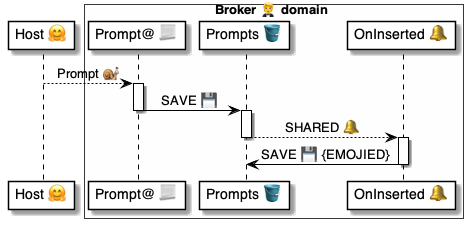
pollyweb-org/pollyweb-docs keeps this PlantUML diagram as 4 ⚙️ Solution/20 🧑‍🦰 UI/Brokers 🤵/🤵🪣 Broker tables/Prompts 🤔 table/🪣🔔 1 Inserted/🤵 OnPromptInserted ⚙️ uml.png. Above is the earlier version. Its source is kept beside it as 4 ⚙️ Solution/20 🧑‍🦰 UI/Brokers 🤵/🤵🪣 Broker tables/Prompts 🤔 table/🪣🔔 1 Inserted/🤵 OnPromptInserted ⚙️ uml.puml. Its diagram source:
```plantuml
@startuml OnPromptInserted

participant "Host 🤗" as host

box Broker 🤵 domain #FFFFFA
    participant "Prompt@ 📃" as script
    participant "Prompts 🪣" as table
    participant "OnInserted 🔔" as handler
end box


host --> script: Prompt 🐌

activate script
    script -> table: SAVE 💾
deactivate script

activate table
    table --> handler: SHARED 🔔
deactivate table

activate handler
    handler -> table: SAVE 💾 {EMOJIED}
deactivate handler

@enduml
```
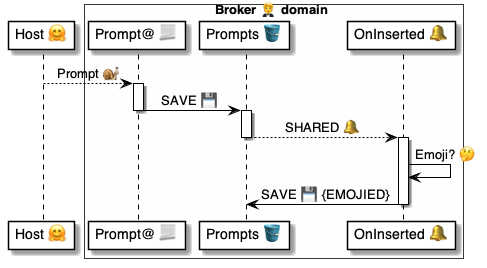
Later version of the same file.

Change to the diagram source:
```diff
@@ -20,6 +20,7 @@
 deactivate table
 
 activate handler
+    handler -> handler: Emoji? 🤔
     handler -> table: SAVE 💾 {EMOJIED}
 deactivate handler
 
```
